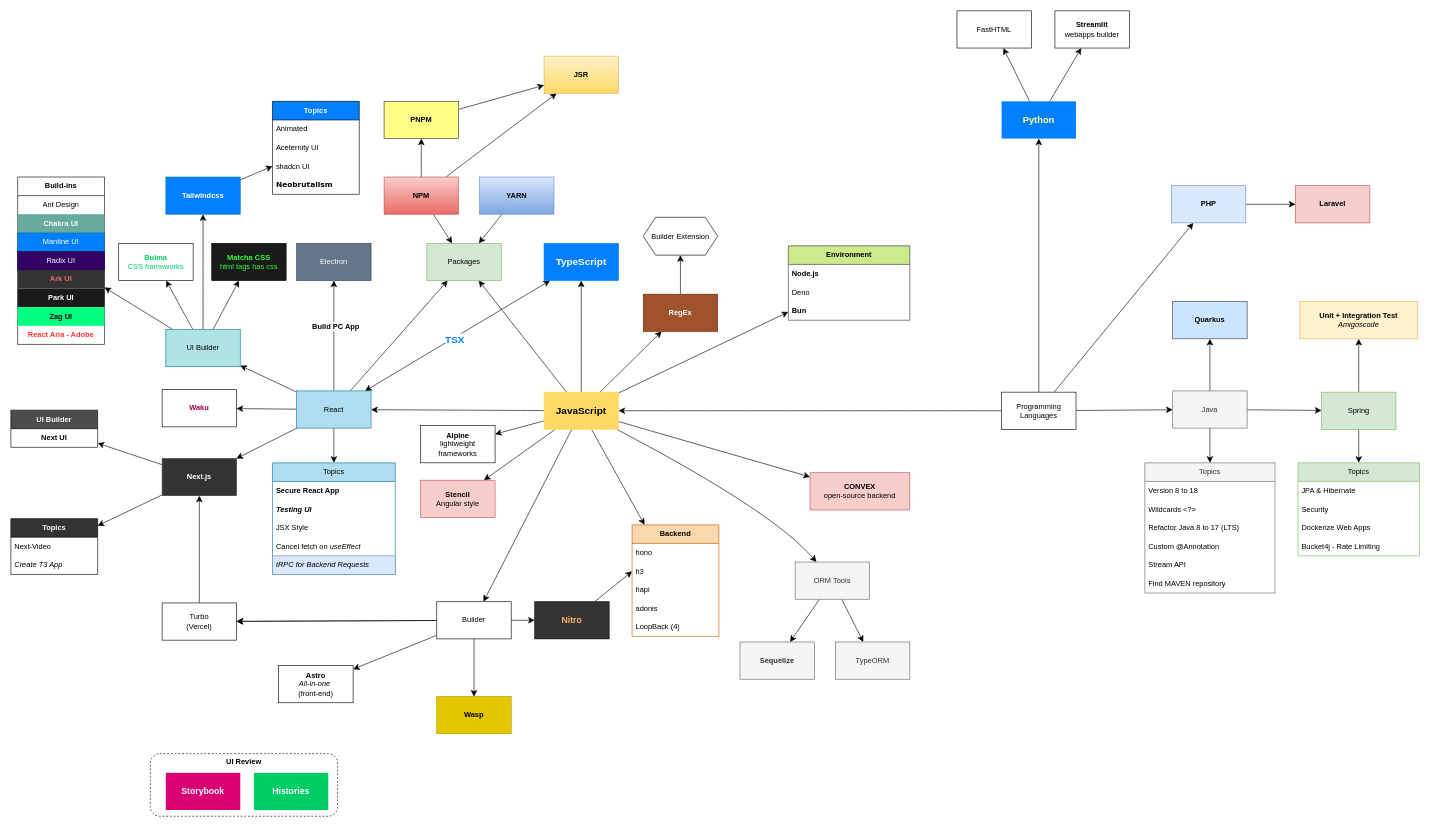
Earlier version of the draw.io diagram page "Web tech" (1 of 5) of Link_Bookmarks.drawio (sunflynf/diagram-only). Source tidied: cells renumbered, new cells numbered last; positions are measured from the earlier drawing's top-left corner, leaving out a move shared by most shapes. Both pictures are drawn from the tidied source at 62%, with x=0, y=0 at pixel (11, 11).
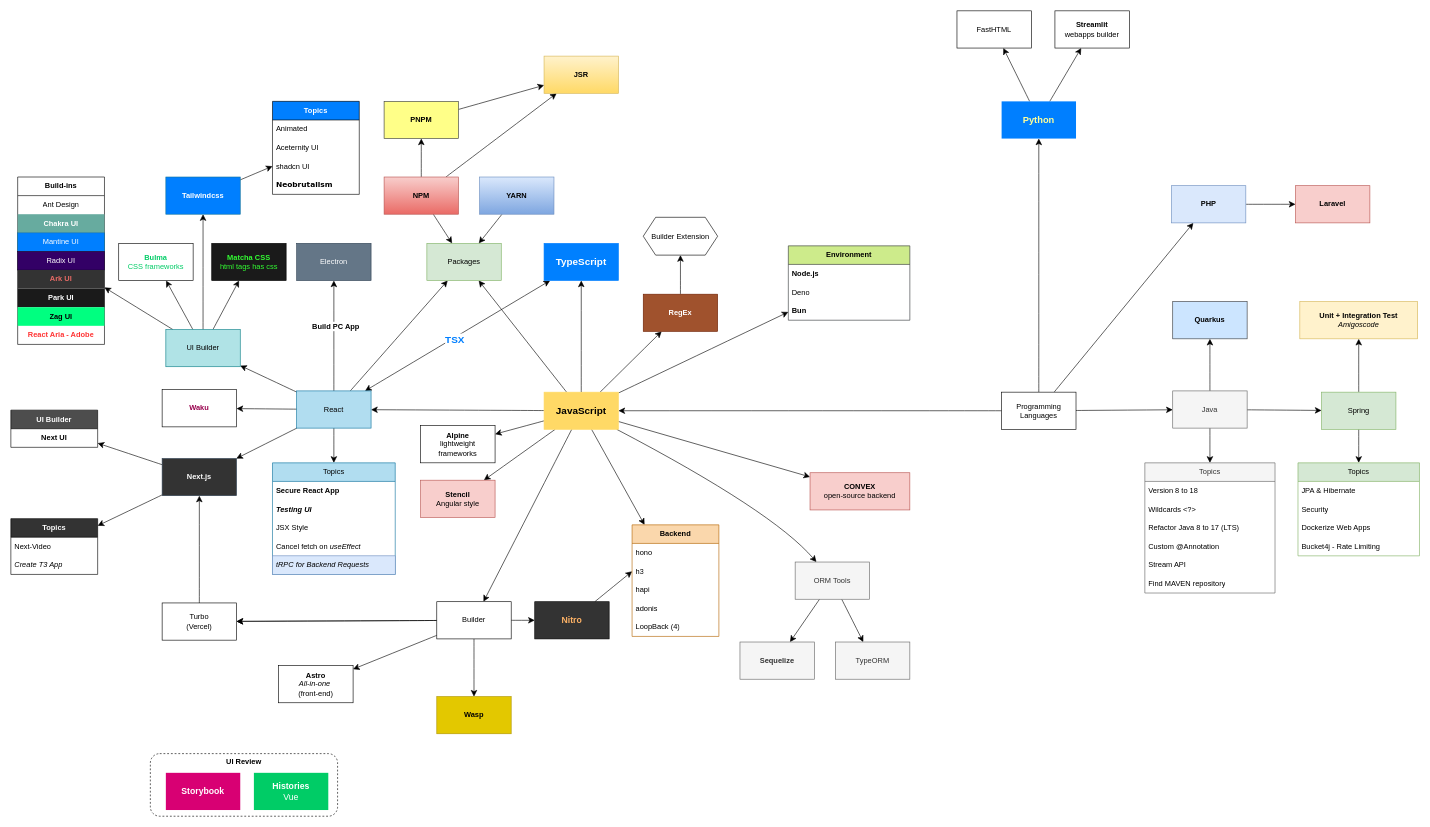
After the change.

Change to the diagram source:
```diff
@@
-    <mxCell id="104" value="Histories" style="whiteSpace=wrap;html=1;fillColor=#00CC66;strokeColor=none;fontColor=#FFFFFF;fontStyle=1;fontSize=14;" parent="1" vertex="1">
+    <mxCell id="104" value="Histories&lt;br&gt;&lt;span style=&quot;font-weight: normal;&quot;&gt;Vue&lt;/span&gt;" style="whiteSpace=wrap;html=1;fillColor=#00CC66;strokeColor=none;fontColor=#FFFFFF;fontStyle=1;fontSize=14;" parent="1" vertex="1">
       <mxGeometry x="392" y="1229" width="120" height="60" as="geometry" />
     </mxCell>
```
